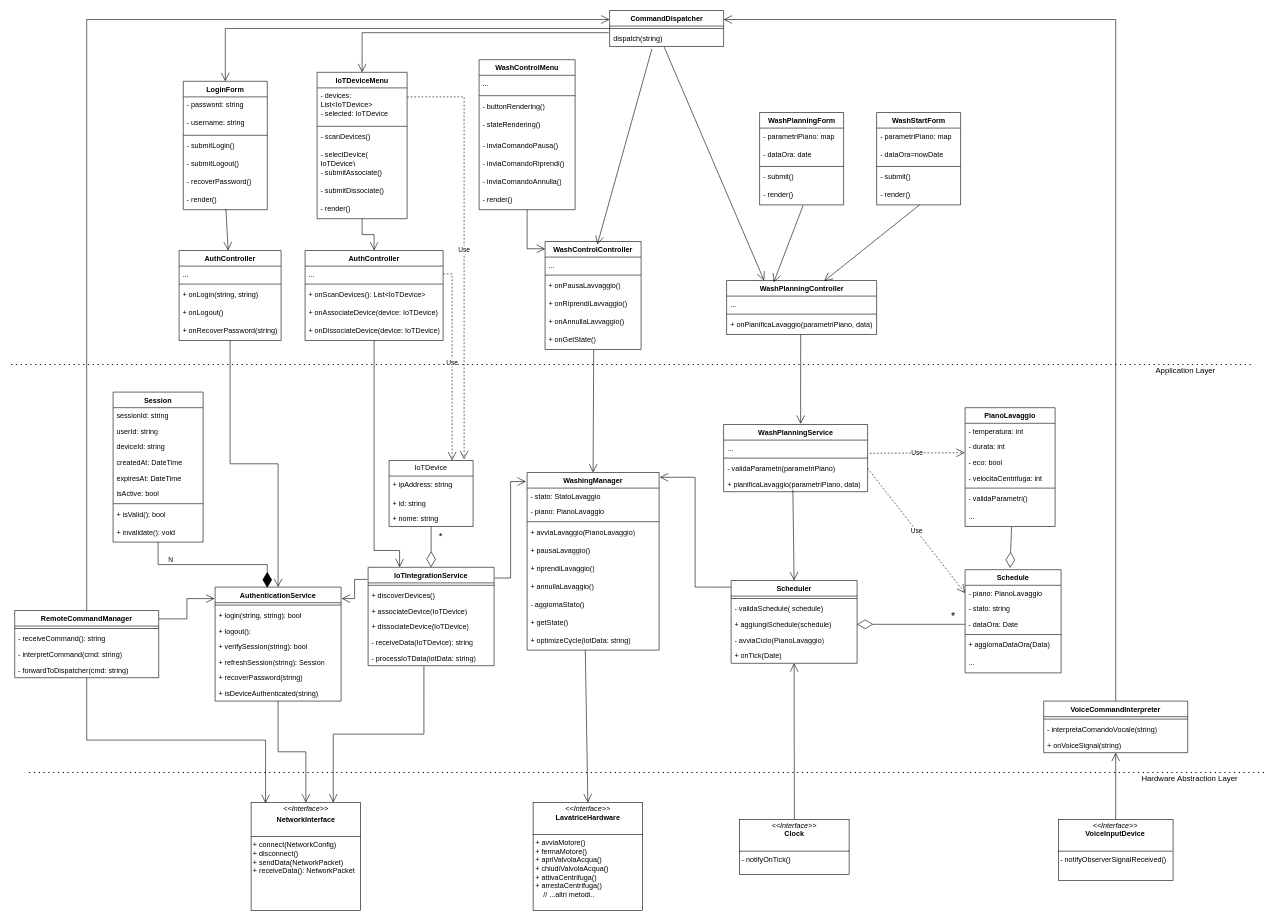
The draw.io diagram content/class.drawio in uni-aca100/ing-proj, before the edit. Source tidied: cells renumbered, new cells numbered last; positions are measured from the earlier drawing's top-left corner, leaving out a move shared by most shapes. Both pictures are drawn from the tidied source at 60%, with x=0, y=0 at pixel (11, 10).
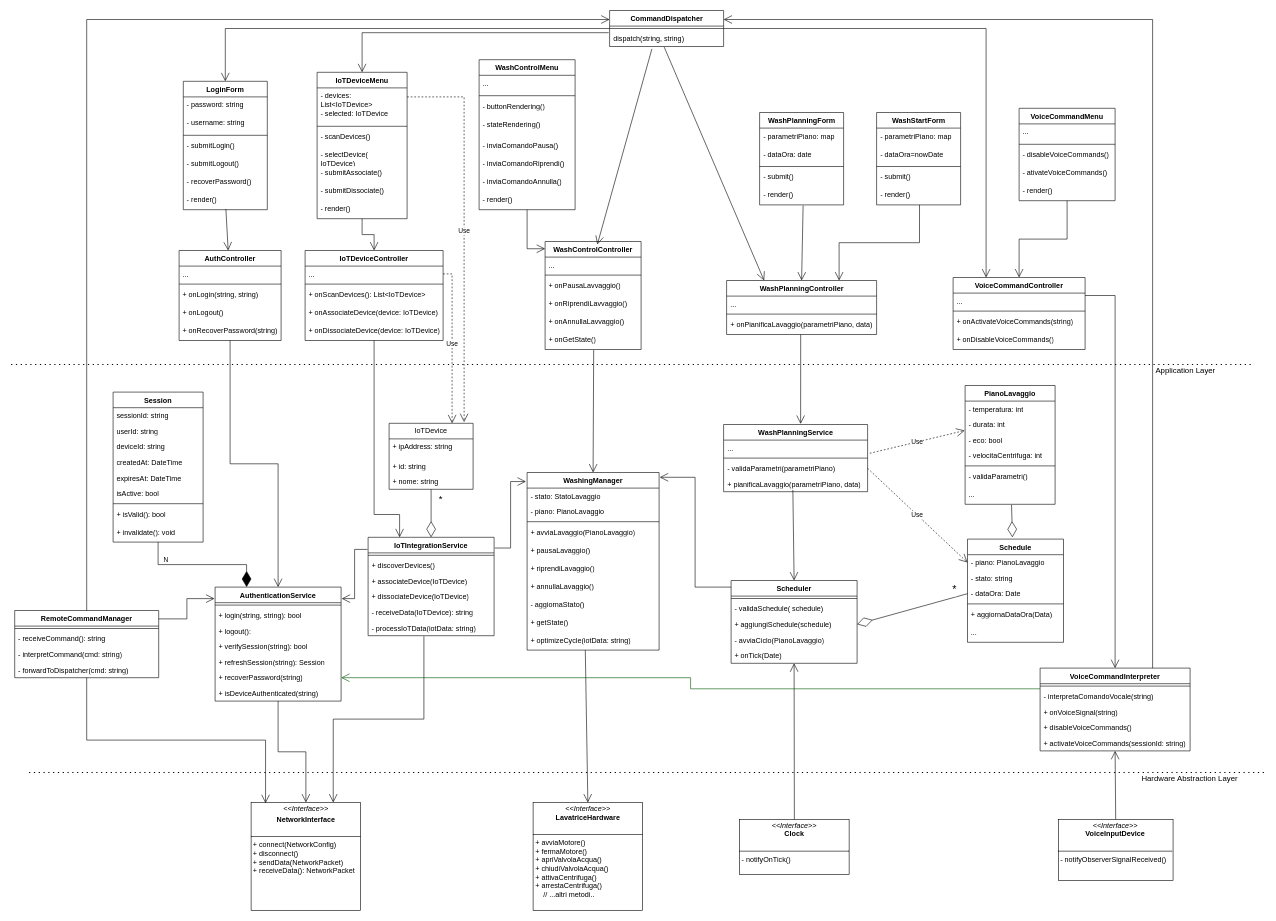
The same page after the edit.

The change refers to these unchanged cells:
```xml
<mxCell id="7" value="- render()" style="text;strokeColor=none;fillColor=none;align=left;verticalAlign=top;spacingLeft=4;spacingRight=4;overflow=hidden;points=[[0,0.5],[1,0.5]];portConstraint=eastwest;whiteSpace=wrap;html=1;" parent="2" vertex="1">
  <mxGeometry y="124" width="140" height="30" as="geometry" />
</mxCell>
<mxCell id="8" value="WashPlanningController" style="swimlane;fontStyle=1;align=center;verticalAlign=top;horizontal=1;startSize=26;whiteSpace=wrap;html=1;" parent="1" vertex="1">
  <mxGeometry x="1192.5" y="450" width="250" height="90" as="geometry" />
</mxCell>
<mxCell id="17" value="- render()" style="text;strokeColor=none;fillColor=none;align=left;verticalAlign=top;spacingLeft=4;spacingRight=4;overflow=hidden;points=[[0,0.5],[1,0.5]];portConstraint=eastwest;whiteSpace=wrap;html=1;" parent="12" vertex="1">
  <mxGeometry y="124" width="140" height="30" as="geometry" />
</mxCell>
<mxCell id="95" value="CommandDispatcher" style="swimlane;fontStyle=1;align=center;verticalAlign=top;horizontal=1;startSize=26;whiteSpace=wrap;html=1;" parent="1" vertex="1">
  <mxGeometry x="997.5" width="190" height="60" as="geometry" />
</mxCell>
<mxCell id="126" value="AuthenticationService" style="swimlane;fontStyle=1;align=center;verticalAlign=top;horizontal=1;startSize=26;whiteSpace=wrap;html=1;" parent="1" vertex="1">
  <mxGeometry x="340" y="961" width="210" height="190" as="geometry" />
</mxCell>
<mxCell id="132" value="+ recoverPassword(string)" style="text;strokeColor=none;fillColor=none;align=left;verticalAlign=top;spacingLeft=4;spacingRight=4;overflow=hidden;points=[[0,0.5],[1,0.5]];portConstraint=eastwest;whiteSpace=wrap;html=1;" parent="126" vertex="1">
  <mxGeometry y="138" width="210" height="26" as="geometry" />
</mxCell>
<mxCell id="134" value="Session" style="swimlane;fontStyle=1;align=center;verticalAlign=top;horizontal=1;startSize=26;whiteSpace=wrap;html=1;" parent="1" vertex="1">
  <mxGeometry x="170" y="636" width="150" height="250" as="geometry" />
</mxCell>
```

The edit, as a diff of the source:
```diff
@@
     <mxCell id="47" value="Schedule" style="swimlane;fontStyle=1;align=center;verticalAlign=top;horizontal=1;startSize=26;whiteSpace=wrap;html=1;" parent="1" vertex="1">
-      <mxGeometry x="1590" y="932" width="160" height="172" as="geometry" />
+      <mxGeometry x="1594" y="881" width="160" height="172" as="geometry" />
     </mxCell>
@@
     <mxCell id="56" value="PianoLavaggio" style="swimlane;fontStyle=1;align=center;verticalAlign=top;horizontal=1;startSize=26;whiteSpace=wrap;html=1;" parent="1" vertex="1">
-      <mxGeometry x="1590" y="662" width="150" height="198" as="geometry" />
+      <mxGeometry x="1590" y="625" width="150" height="198" as="geometry" />
     </mxCell>
@@
-    <mxCell id="85" style="endArrow=open;endFill=1;endSize=12;html=1;rounded=0;entryX=0.314;entryY=0.033;entryDx=0;entryDy=0;entryPerimeter=0;exitX=0.518;exitY=1.033;exitDx=0;exitDy=0;exitPerimeter=0;" parent="1" edge="1" source="7" target="8">
+    <mxCell id="85" style="endArrow=open;endFill=1;endSize=12;html=1;rounded=0;entryX=0.5;entryY=0;entryDx=0;entryDy=0;exitX=0.518;exitY=1.033;exitDx=0;exitDy=0;exitPerimeter=0;" parent="1" edge="1" source="7" target="8">
       <mxGeometry relative="1" as="geometry" />
     </mxCell>
-    <mxCell id="86" style="endArrow=open;endFill=1;endSize=12;html=1;rounded=0;entryX=0.65;entryY=0.011;entryDx=0;entryDy=0;entryPerimeter=0;exitX=0.511;exitY=1;exitDx=0;exitDy=0;exitPerimeter=0;" parent="1" edge="1" source="17" target="8">
+    <mxCell id="86" style="endArrow=open;endFill=1;endSize=12;html=1;rounded=0;entryX=0.75;entryY=0;entryDx=0;entryDy=0;exitX=0.511;exitY=1;exitDx=0;exitDy=0;exitPerimeter=0;edgeStyle=orthogonalEdgeStyle;" parent="1" edge="1" source="17" target="8">
       <mxGeometry relative="1" as="geometry" />
     </mxCell>
@@
     <mxCell id="91" value="VoiceCommandInterpreter" style="swimlane;fontStyle=1;align=center;verticalAlign=top;horizontal=1;startSize=26;whiteSpace=wrap;html=1;" parent="1" vertex="1">
-      <mxGeometry x="1721" y="1151" width="240" height="86" as="geometry" />
+      <mxGeometry x="1715" y="1096" width="250" height="138" as="geometry" />
     </mxCell>
     <mxCell id="92" style="line;strokeWidth=1;fillColor=none;align=left;verticalAlign=middle;spacingTop=-1;spacingLeft=3;spacingRight=3;labelPosition=right;strokeColor=inherit;" parent="91" vertex="1">
-      <mxGeometry y="26" width="240" height="8" as="geometry" />
+      <mxGeometry y="26" width="250" height="8" as="geometry" />
     </mxCell>
     <mxCell id="93" value="- interpretaComandoVocale(string)" style="text;strokeColor=none;fillColor=none;align=left;verticalAlign=top;spacingLeft=4;spacingRight=4;overflow=hidden;whiteSpace=wrap;html=1;" parent="91" vertex="1">
-      <mxGeometry y="34" width="240" height="26" as="geometry" />
+      <mxGeometry y="34" width="250" height="26" as="geometry" />
     </mxCell>
     <mxCell id="94" value="+ onVoiceSignal(string)" style="text;strokeColor=none;fillColor=none;align=left;verticalAlign=top;spacingLeft=4;spacingRight=4;overflow=hidden;whiteSpace=wrap;html=1;" parent="91" vertex="1">
-      <mxGeometry y="60" width="240" height="26" as="geometry" />
+      <mxGeometry y="60" width="250" height="26" as="geometry" />
     </mxCell>
+    <mxCell id="186" value="+ disableVoiceCommands()" style="text;strokeColor=none;fillColor=none;align=left;verticalAlign=top;spacingLeft=4;spacingRight=4;overflow=hidden;whiteSpace=wrap;html=1;" parent="91" vertex="1">
+      <mxGeometry y="86" width="250" height="26" as="geometry" />
+    </mxCell>
+    <mxCell id="187" value="+ activateVoiceCommands(sessionId: string)" style="text;strokeColor=none;fillColor=none;align=left;verticalAlign=top;spacingLeft=4;spacingRight=4;overflow=hidden;whiteSpace=wrap;html=1;" parent="91" vertex="1">
+      <mxGeometry y="112" width="250" height="26" as="geometry" />
+    </mxCell>
@@
-    <mxCell id="97" value="dispatch(string)" style="text;strokeColor=none;fillColor=none;align=left;verticalAlign=top;spacingLeft=4;spacingRight=4;overflow=hidden;points=[[0,0.5],[1,0.5]];portConstraint=eastwest;whiteSpace=wrap;html=1;" parent="95" vertex="1">
+    <mxCell id="97" value="dispatch(string, string)" style="text;strokeColor=none;fillColor=none;align=left;verticalAlign=top;spacingLeft=4;spacingRight=4;overflow=hidden;points=[[0,0.5],[1,0.5]];portConstraint=eastwest;whiteSpace=wrap;html=1;" parent="95" vertex="1">
       <mxGeometry y="34" width="190" height="26" as="geometry" />
     </mxCell>
-    <mxCell id="98" style="endArrow=open;endFill=1;endSize=12;html=1;rounded=0;entryX=1;entryY=0.25;entryDx=0;entryDy=0;exitX=0.5;exitY=0;exitDx=0;exitDy=0;edgeStyle=orthogonalEdgeStyle;" parent="1" edge="1" source="91" target="95">
+    <mxCell id="98" style="endArrow=open;endFill=1;endSize=12;html=1;rounded=0;entryX=1;entryY=0.25;entryDx=0;entryDy=0;exitX=0.75;exitY=0;exitDx=0;exitDy=0;edgeStyle=orthogonalEdgeStyle;" parent="1" edge="1" source="91" target="95">
       <mxGeometry relative="1" as="geometry" />
     </mxCell>
@@
     <mxCell id="111" value="IoTDevice" style="swimlane;fontStyle=0;horizontal=1;startSize=26;fillColor=none;whiteSpace=wrap;html=1;" parent="1" vertex="1">
-      <mxGeometry x="630" y="750" width="140" height="110" as="geometry" />
+      <mxGeometry x="630" y="688" width="140" height="110" as="geometry" />
     </mxCell>
@@
     <mxCell id="115" value="IoTIntegrationService" style="swimlane;fontStyle=1;align=center;verticalAlign=top;horizontal=1;startSize=26;whiteSpace=wrap;html=1;" parent="1" vertex="1">
-      <mxGeometry x="595" y="928" width="210" height="164" as="geometry" />
+      <mxGeometry x="595" y="878" width="210" height="164" as="geometry" />
     </mxCell>
@@
-    <mxCell id="144" style="endArrow=diamondThin;endFill=1;endSize=24;html=1;rounded=0;entryX=0.414;entryY=0.007;entryDx=0;entryDy=0;exitX=0.5;exitY=1;exitDx=0;exitDy=0;entryPerimeter=0;edgeStyle=orthogonalEdgeStyle;" parent="1" edge="1" source="134" target="126">
+    <mxCell id="144" style="endArrow=diamondThin;endFill=1;endSize=24;html=1;rounded=0;entryX=0.25;entryY=0;entryDx=0;entryDy=0;exitX=0.5;exitY=1;exitDx=0;exitDy=0;edgeStyle=orthogonalEdgeStyle;" parent="1" edge="1" source="134" target="126">
       <mxGeometry relative="1" as="geometry" />
     </mxCell>
@@
-    <mxCell id="176" value="AuthController" style="swimlane;fontStyle=1;align=center;verticalAlign=top;horizontal=1;startSize=26;whiteSpace=wrap;html=1;" parent="1" vertex="1">
+    <mxCell id="176" value="IoTDeviceController" style="swimlane;fontStyle=1;align=center;verticalAlign=top;horizontal=1;startSize=26;whiteSpace=wrap;html=1;" parent="1" vertex="1">
       <mxGeometry x="490" y="400" width="230" height="150" as="geometry" />
     </mxCell>
@@
     <mxCell id="185" style="endArrow=open;endFill=1;endSize=12;html=1;rounded=0;entryX=0.25;entryY=0;entryDx=0;entryDy=0;exitX=0.5;exitY=1;exitDx=0;exitDy=0;edgeStyle=orthogonalEdgeStyle;" parent="1" edge="1" source="176" target="115">
       <mxGeometry relative="1" as="geometry">
         <Array as="points">
-          <mxPoint x="605" y="900" />
-          <mxPoint x="648" y="900" />
+          <mxPoint x="605" y="840" />
+          <mxPoint x="648" y="840" />
         </Array>
       </mxGeometry>
     </mxCell>
+    <mxCell id="188" value="VoiceCommandController" style="swimlane;fontStyle=1;align=center;verticalAlign=top;horizontal=1;startSize=26;whiteSpace=wrap;html=1;" parent="1" vertex="1">
+      <mxGeometry x="1570" y="445" width="220" height="120" as="geometry" />
+    </mxCell>
+    <mxCell id="189" value="..." style="text;strokeColor=none;fillColor=none;align=left;verticalAlign=top;spacingLeft=4;spacingRight=4;overflow=hidden;whiteSpace=wrap;html=1;" parent="188" vertex="1">
+      <mxGeometry y="26" width="220" height="26" as="geometry" />
+    </mxCell>
+    <mxCell id="190" style="line;strokeWidth=1;fillColor=none;align=left;verticalAlign=middle;spacingTop=-1;spacingLeft=3;spacingRight=3;labelPosition=right;strokeColor=inherit;" parent="188" vertex="1">
+      <mxGeometry y="52" width="220" height="8" as="geometry" />
+    </mxCell>
+    <mxCell id="191" value="+ onActivateVoiceCommands(string)" style="text;strokeColor=none;fillColor=none;align=left;verticalAlign=top;spacingLeft=4;spacingRight=4;overflow=hidden;whiteSpace=wrap;html=1;" parent="188" vertex="1">
+      <mxGeometry y="60" width="220" height="30" as="geometry" />
+    </mxCell>
+    <mxCell id="192" value="+ onDisableVoiceCommands()" style="text;strokeColor=none;fillColor=none;align=left;verticalAlign=top;spacingLeft=4;spacingRight=4;overflow=hidden;whiteSpace=wrap;html=1;" parent="188" vertex="1">
+      <mxGeometry y="90" width="220" height="30" as="geometry" />
+    </mxCell>
+    <mxCell id="193" value="VoiceCommandMenu" style="swimlane;fontStyle=1;align=center;verticalAlign=top;horizontal=1;startSize=26;whiteSpace=wrap;html=1;" parent="1" vertex="1">
+      <mxGeometry x="1680" y="163" width="160" height="154" as="geometry" />
+    </mxCell>
+    <mxCell id="194" value="..." style="text;strokeColor=none;fillColor=none;align=left;verticalAlign=top;spacingLeft=4;spacingRight=4;overflow=hidden;whiteSpace=wrap;html=1;" parent="193" vertex="1">
+      <mxGeometry y="26" width="160" height="30" as="geometry" />
+    </mxCell>
+    <mxCell id="195" style="line;strokeWidth=1;fillColor=none;align=left;verticalAlign=middle;spacingTop=-1;spacingLeft=3;spacingRight=3;labelPosition=right;strokeColor=inherit;" parent="193" vertex="1">
+      <mxGeometry y="56" width="160" height="8" as="geometry" />
+    </mxCell>
+    <mxCell id="196" value="- disableVoiceCommands()" style="text;strokeColor=none;fillColor=none;align=left;verticalAlign=top;spacingLeft=4;spacingRight=4;overflow=hidden;whiteSpace=wrap;html=1;" parent="193" vertex="1">
+      <mxGeometry y="64" width="160" height="30" as="geometry" />
+    </mxCell>
+    <mxCell id="197" value="- ativateVoiceCommands()" style="text;strokeColor=none;fillColor=none;align=left;verticalAlign=top;spacingLeft=4;spacingRight=4;overflow=hidden;whiteSpace=wrap;html=1;" parent="193" vertex="1">
+      <mxGeometry y="94" width="160" height="30" as="geometry" />
+    </mxCell>
+    <mxCell id="198" value="- render()" style="text;strokeColor=none;fillColor=none;align=left;verticalAlign=top;spacingLeft=4;spacingRight=4;overflow=hidden;whiteSpace=wrap;html=1;" parent="193" vertex="1">
+      <mxGeometry y="124" width="160" height="30" as="geometry" />
+    </mxCell>
+    <mxCell id="199" style="endArrow=open;endFill=1;endSize=12;html=1;rounded=0;entryX=0.5;entryY=0;entryDx=0;entryDy=0;exitX=0.5;exitY=1;exitDx=0;exitDy=0;edgeStyle=orthogonalEdgeStyle;" parent="1" edge="1" source="193" target="188">
+      <mxGeometry relative="1" as="geometry" />
+    </mxCell>
+    <mxCell id="200" style="endArrow=open;endFill=1;endSize=12;html=1;rounded=0;entryX=0.25;entryY=0;entryDx=0;entryDy=0;edgeStyle=orthogonalEdgeStyle;exitX=1;exitY=0.5;exitDx=0;exitDy=0;" parent="1" edge="1" source="95" target="188">
+      <mxGeometry relative="1" as="geometry" />
+    </mxCell>
+    <mxCell id="201" style="endArrow=open;endFill=1;endSize=12;html=1;rounded=0;entryX=0.5;entryY=0;entryDx=0;entryDy=0;edgeStyle=orthogonalEdgeStyle;exitX=1;exitY=0.25;exitDx=0;exitDy=0;" parent="1" edge="1" source="188" target="91">
+      <mxGeometry relative="1" as="geometry" />
+    </mxCell>
+    <mxCell id="202" style="endArrow=open;endFill=1;endSize=12;html=1;rounded=0;exitX=0;exitY=0.25;exitDx=0;exitDy=0;entryX=1;entryY=0.5;entryDx=0;entryDy=0;fillColor=#008a00;strokeColor=#005700;edgeStyle=orthogonalEdgeStyle;" parent="1" edge="1" source="91" target="132">
+      <mxGeometry relative="1" as="geometry" />
+    </mxCell>
```
